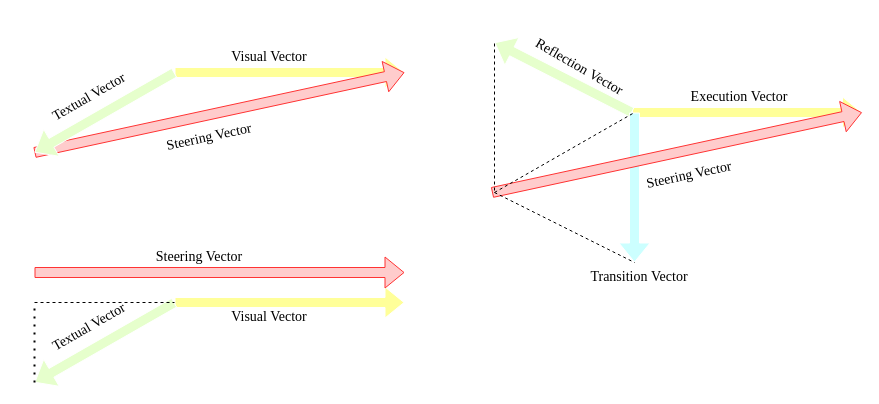
This is vector_mi.drawio from bozhao-li/hello-world, a draw.io file, before an edit. Source tidied: cells renumbered, new cells numbered last; positions are measured from the earlier drawing's top-left corner, leaving out a move shared by most shapes. Both pictures are drawn from the tidied source at 100%, with x=0, y=0 at pixel (14, 40).
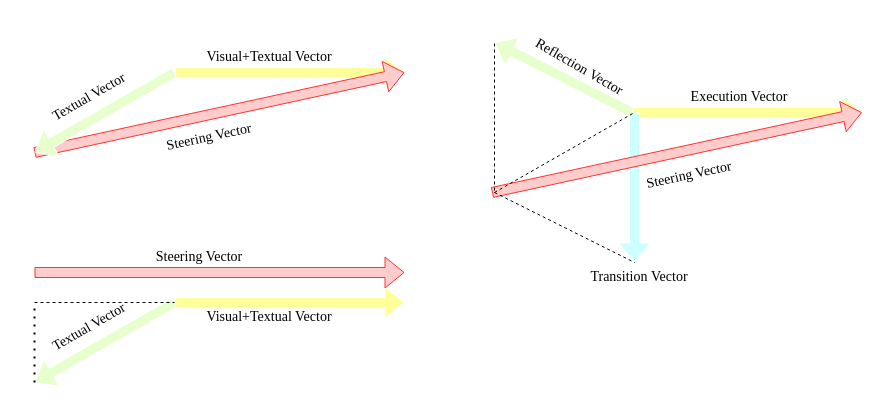
The same diagram, later.

Change to the diagram source:
```diff
@@
-    <mxCell id="5" value="&lt;font style=&quot;font-size: 14px;&quot; face=&quot;Times New Roman&quot;&gt;Visual Vector&lt;/font&gt;" style="text;html=1;align=center;verticalAlign=middle;whiteSpace=wrap;rounded=0;" parent="1" vertex="1">
+    <mxCell id="5" value="&lt;font style=&quot;font-size: 14px;&quot; face=&quot;Times New Roman&quot;&gt;Visual+Textual Vector&lt;/font&gt;" style="text;html=1;align=center;verticalAlign=middle;whiteSpace=wrap;rounded=0;" parent="1" vertex="1">
       <mxGeometry x="180" y="2" width="150" height="30" as="geometry" />
     </mxCell>
@@
-    <mxCell id="11" value="&lt;font style=&quot;font-size: 14px;&quot; face=&quot;Times New Roman&quot;&gt;Visual Vector&lt;/font&gt;" style="text;html=1;align=center;verticalAlign=middle;whiteSpace=wrap;rounded=0;" parent="1" vertex="1">
+    <mxCell id="11" value="&lt;font style=&quot;font-size: 14px;&quot; face=&quot;Times New Roman&quot;&gt;Visual+Textual Vector&lt;/font&gt;" style="text;html=1;align=center;verticalAlign=middle;whiteSpace=wrap;rounded=0;" parent="1" vertex="1">
       <mxGeometry x="180" y="262" width="150" height="30" as="geometry" />
     </mxCell>
```
